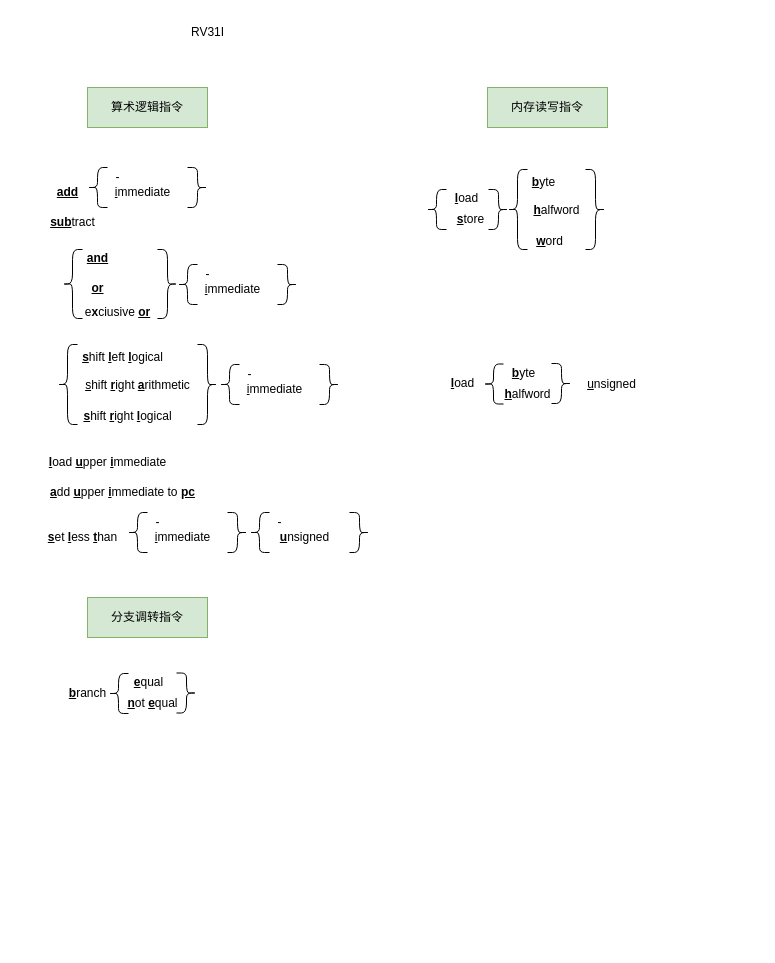
Earlier version of the draw.io diagram RV32I 指令集.drawio (Vinson-001/Blog-flow-chart). Source tidied: cells renumbered, new cells numbered last; positions are measured from the earlier drawing's top-left corner, leaving out a move shared by most shapes. Both pictures are drawn from the tidied source at 100%, with x=0, y=0 at pixel (37, 17).
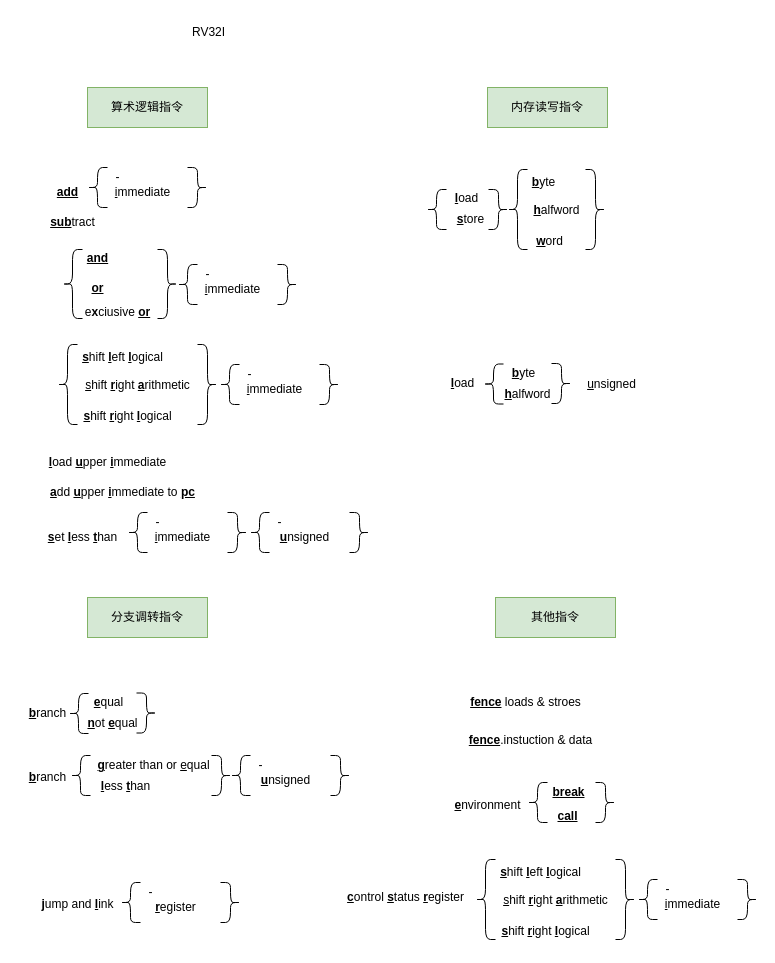
Above is the later version.

Commit message (it also covers changes not shown here):
更新RV32I 指令集.drawio

Change to the diagram source:
```diff
@@
-    <mxCell id="2" value="RV31I" style="text;html=1;align=center;verticalAlign=middle;strokeColor=none;fillColor=none;" parent="1" vertex="1">
-      <mxGeometry x="140" width="60" height="30" as="geometry" />
+    <mxCell id="2" value="RV32I" style="text;html=1;align=center;verticalAlign=middle;strokeColor=none;fillColor=none;" parent="1" vertex="1">
+      <mxGeometry x="145" y="2" width="51" height="26" as="geometry" />
     </mxCell>
@@
     <mxCell id="66" style="group;" parent="1" vertex="1">
-      <mxGeometry x="20" y="650" width="139" height="51" as="geometry" />
+      <mxGeometry x="-20" y="670" width="139" height="51" as="geometry" />
     </mxCell>
@@
+    <mxCell id="72" style="group;" parent="1" vertex="1">
+      <mxGeometry x="-20" y="733" width="333" height="51" as="geometry" />
+    </mxCell>
+    <mxCell id="73" value="&lt;b&gt;&lt;u&gt;b&lt;/u&gt;&lt;/b&gt;ranch" style="text;html=1;align=center;verticalAlign=middle;strokeColor=none;fillColor=none;" parent="72" vertex="1">
+      <mxGeometry y="12" width="60" height="30" as="geometry" />
+    </mxCell>
+    <mxCell id="74" style="group;" parent="72" vertex="1">
+      <mxGeometry x="213" width="120" height="45" as="geometry" />
+    </mxCell>
+    <mxCell id="75" style="shape=curlyBracket;whiteSpace=wrap;html=1;rounded=1;" parent="74" vertex="1">
+      <mxGeometry y="5" width="20" height="40" as="geometry" />
+    </mxCell>
+    <mxCell id="76" value="-" style="text;html=1;align=center;verticalAlign=middle;strokeColor=none;fillColor=none;" parent="74" vertex="1">
+      <mxGeometry x="15" width="30" height="30" as="geometry" />
+    </mxCell>
+    <mxCell id="77" value="&lt;u&gt;&lt;b&gt;u&lt;/b&gt;&lt;/u&gt;nsigned" style="text;html=1;align=center;verticalAlign=middle;strokeColor=none;fillColor=none;" parent="74" vertex="1">
+      <mxGeometry x="20" y="15" width="70" height="30" as="geometry" />
+    </mxCell>
+    <mxCell id="78" style="shape=curlyBracket;whiteSpace=wrap;html=1;rounded=1;direction=west;" parent="74" vertex="1">
+      <mxGeometry x="100" y="5" width="20" height="40" as="geometry" />
+    </mxCell>
+    <mxCell id="79" style="shape=curlyBracket;whiteSpace=wrap;html=1;rounded=1;" parent="72" vertex="1">
+      <mxGeometry x="53" y="5" width="20" height="40" as="geometry" />
+    </mxCell>
+    <mxCell id="80" value="&lt;u&gt;&lt;b&gt;g&lt;/b&gt;&lt;/u&gt;reater than or &lt;u&gt;e&lt;/u&gt;qual" style="text;html=1;align=center;verticalAlign=middle;strokeColor=none;fillColor=none;" parent="72" vertex="1">
+      <mxGeometry x="66" width="140" height="30" as="geometry" />
+    </mxCell>
+    <mxCell id="81" value="&lt;u&gt;&lt;b&gt;l&lt;/b&gt;&lt;/u&gt;ess &lt;u&gt;&lt;b&gt;t&lt;/b&gt;&lt;/u&gt;han" style="text;html=1;align=center;verticalAlign=middle;strokeColor=none;fillColor=none;" parent="72" vertex="1">
+      <mxGeometry x="73" y="21" width="70" height="30" as="geometry" />
+    </mxCell>
+    <mxCell id="82" style="shape=curlyBracket;whiteSpace=wrap;html=1;rounded=1;direction=west;" parent="72" vertex="1">
+      <mxGeometry x="194" y="5" width="20" height="40" as="geometry" />
+    </mxCell>
+    <mxCell id="83" style="group;" parent="1" vertex="1">
+      <mxGeometry x="-10" y="860" width="213" height="45" as="geometry" />
+    </mxCell>
+    <mxCell id="84" style="group;" parent="83" vertex="1">
+      <mxGeometry x="93" width="120" height="45" as="geometry" />
+    </mxCell>
+    <mxCell id="85" style="shape=curlyBracket;whiteSpace=wrap;html=1;rounded=1;" parent="84" vertex="1">
+      <mxGeometry y="5" width="20" height="40" as="geometry" />
+    </mxCell>
+    <mxCell id="86" value="-" style="text;html=1;align=center;verticalAlign=middle;strokeColor=none;fillColor=none;" parent="84" vertex="1">
+      <mxGeometry x="15" width="30" height="30" as="geometry" />
+    </mxCell>
+    <mxCell id="87" value="&lt;b&gt;&lt;u&gt;r&lt;/u&gt;&lt;/b&gt;egister" style="text;html=1;align=center;verticalAlign=middle;strokeColor=none;fillColor=none;" parent="84" vertex="1">
+      <mxGeometry x="25" y="15" width="60" height="30" as="geometry" />
+    </mxCell>
+    <mxCell id="88" style="shape=curlyBracket;whiteSpace=wrap;html=1;rounded=1;direction=west;" parent="84" vertex="1">
+      <mxGeometry x="100" y="5" width="20" height="40" as="geometry" />
+    </mxCell>
+    <mxCell id="89" value="&lt;u&gt;&lt;b&gt;j&lt;/b&gt;&lt;/u&gt;ump and &lt;u&gt;&lt;b&gt;l&lt;/b&gt;&lt;/u&gt;ink" style="text;html=1;align=center;verticalAlign=middle;strokeColor=none;fillColor=none;" parent="83" vertex="1">
+      <mxGeometry y="11.5" width="100" height="30" as="geometry" />
+    </mxCell>
+    <mxCell id="90" value="其他指令" style="rounded=0;whiteSpace=wrap;html=1;fillColor=#d5e8d4;strokeColor=#82b366;" parent="1" vertex="1">
+      <mxGeometry x="458" y="580" width="120" height="40" as="geometry" />
+    </mxCell>
+    <mxCell id="91" value="&lt;b&gt;&lt;u&gt;fence&lt;/u&gt;&lt;/b&gt; loads &amp;amp; stroes" style="text;html=1;align=center;verticalAlign=middle;strokeColor=none;fillColor=none;" parent="1" vertex="1">
+      <mxGeometry x="423" y="670" width="130" height="30" as="geometry" />
+    </mxCell>
+    <mxCell id="92" value="&lt;b&gt;&lt;u&gt;fence&lt;/u&gt;&lt;/b&gt;.instuction &amp;amp; data" style="text;html=1;align=center;verticalAlign=middle;strokeColor=none;fillColor=none;" parent="1" vertex="1">
+      <mxGeometry x="418" y="708" width="150" height="30" as="geometry" />
+    </mxCell>
+    <mxCell id="93" style="group;" parent="1" vertex="1">
+      <mxGeometry x="405" y="760" width="173" height="53.5" as="geometry" />
+    </mxCell>
+    <mxCell id="94" value="&lt;b&gt;&lt;u&gt;e&lt;/u&gt;&lt;/b&gt;nvironment" style="text;html=1;align=center;verticalAlign=middle;strokeColor=none;fillColor=none;" parent="93" vertex="1">
+      <mxGeometry y="13" width="90" height="30" as="geometry" />
+    </mxCell>
+    <mxCell id="95" style="shape=curlyBracket;whiteSpace=wrap;html=1;rounded=1;" parent="93" vertex="1">
+      <mxGeometry x="85" y="5" width="20" height="40" as="geometry" />
+    </mxCell>
+    <mxCell id="96" value="&lt;b&gt;&lt;u&gt;break&lt;/u&gt;&lt;/b&gt;" style="text;html=1;align=center;verticalAlign=middle;strokeColor=none;fillColor=none;" parent="93" vertex="1">
+      <mxGeometry x="96" width="60" height="30" as="geometry" />
+    </mxCell>
+    <mxCell id="97" value="&lt;u&gt;&lt;b&gt;call&lt;/b&gt;&lt;/u&gt;" style="text;html=1;align=center;verticalAlign=middle;strokeColor=none;fillColor=none;" parent="93" vertex="1">
+      <mxGeometry x="105" y="23.5" width="40" height="30" as="geometry" />
+    </mxCell>
+    <mxCell id="98" style="shape=curlyBracket;whiteSpace=wrap;html=1;rounded=1;direction=west;" parent="93" vertex="1">
+      <mxGeometry x="153" y="5" width="20" height="40" as="geometry" />
+    </mxCell>
+    <mxCell id="99" style="group;" parent="1" vertex="1">
+      <mxGeometry x="298" y="840" width="422" height="89" as="geometry" />
+    </mxCell>
+    <mxCell id="100" value="&lt;b&gt;&lt;u&gt;s&lt;/u&gt;&lt;/b&gt;hift &lt;u style=&quot;font-weight: bold;&quot;&gt;r&lt;/u&gt;ight&amp;nbsp;&lt;b&gt;&lt;u&gt;l&lt;/u&gt;&lt;/b&gt;ogical" style="text;html=1;align=center;verticalAlign=middle;strokeColor=none;fillColor=none;" parent="99" vertex="1">
+      <mxGeometry x="155" y="59" width="110" height="30" as="geometry" />
+    </mxCell>
+    <mxCell id="101" style="group;" parent="99" vertex="1">
+      <mxGeometry x="140" width="282" height="82" as="geometry" />
+    </mxCell>
+    <mxCell id="102" style="shape=curlyBracket;whiteSpace=wrap;html=1;rounded=1;" parent="101" vertex="1">
+      <mxGeometry y="2" width="20" height="80" as="geometry" />
+    </mxCell>
+    <mxCell id="103" value="&lt;b&gt;&lt;u&gt;s&lt;/u&gt;&lt;/b&gt;hift &lt;u&gt;&lt;b&gt;l&lt;/b&gt;&lt;/u&gt;eft &lt;b&gt;&lt;u&gt;l&lt;/u&gt;&lt;/b&gt;ogical" style="text;html=1;align=center;verticalAlign=middle;strokeColor=none;fillColor=none;" parent="101" vertex="1">
+      <mxGeometry x="15" width="100" height="30" as="geometry" />
+    </mxCell>
+    <mxCell id="104" value="&lt;u&gt;s&lt;/u&gt;hift &lt;u&gt;&lt;b&gt;r&lt;/b&gt;&lt;/u&gt;ight &lt;b&gt;&lt;u&gt;a&lt;/u&gt;&lt;/b&gt;rithmetic" style="text;html=1;align=center;verticalAlign=middle;strokeColor=none;fillColor=none;" parent="101" vertex="1">
+      <mxGeometry x="15" y="27.5" width="130" height="30" as="geometry" />
+    </mxCell>
+    <mxCell id="105" style="shape=curlyBracket;whiteSpace=wrap;html=1;rounded=1;direction=west;" parent="101" vertex="1">
+      <mxGeometry x="140" y="2" width="20" height="80" as="geometry" />
+    </mxCell>
+    <mxCell id="106" style="group;" parent="101" vertex="1">
+      <mxGeometry x="162" y="17" width="120" height="45" as="geometry" />
+    </mxCell>
+    <mxCell id="107" style="shape=curlyBracket;whiteSpace=wrap;html=1;rounded=1;" parent="106" vertex="1">
+      <mxGeometry y="5" width="20" height="40" as="geometry" />
+    </mxCell>
+    <mxCell id="108" value="-" style="text;html=1;align=center;verticalAlign=middle;strokeColor=none;fillColor=none;" parent="106" vertex="1">
+      <mxGeometry x="15" width="30" height="30" as="geometry" />
+    </mxCell>
+    <mxCell id="109" value="&lt;u&gt;i&lt;/u&gt;mmediate" style="text;html=1;align=center;verticalAlign=middle;strokeColor=none;fillColor=none;" parent="106" vertex="1">
+      <mxGeometry x="15" y="15" width="80" height="30" as="geometry" />
+    </mxCell>
+    <mxCell id="110" style="shape=curlyBracket;whiteSpace=wrap;html=1;rounded=1;direction=west;" parent="106" vertex="1">
+      <mxGeometry x="100" y="5" width="20" height="40" as="geometry" />
+    </mxCell>
+    <mxCell id="111" value="&lt;b&gt;&lt;u&gt;c&lt;/u&gt;&lt;/b&gt;ontrol &lt;b&gt;&lt;u&gt;s&lt;/u&gt;&lt;/b&gt;tatus &lt;b&gt;&lt;u&gt;r&lt;/u&gt;&lt;/b&gt;egister" style="text;html=1;align=center;verticalAlign=middle;strokeColor=none;fillColor=none;" parent="99" vertex="1">
+      <mxGeometry y="25" width="140" height="30" as="geometry" />
+    </mxCell>
```
